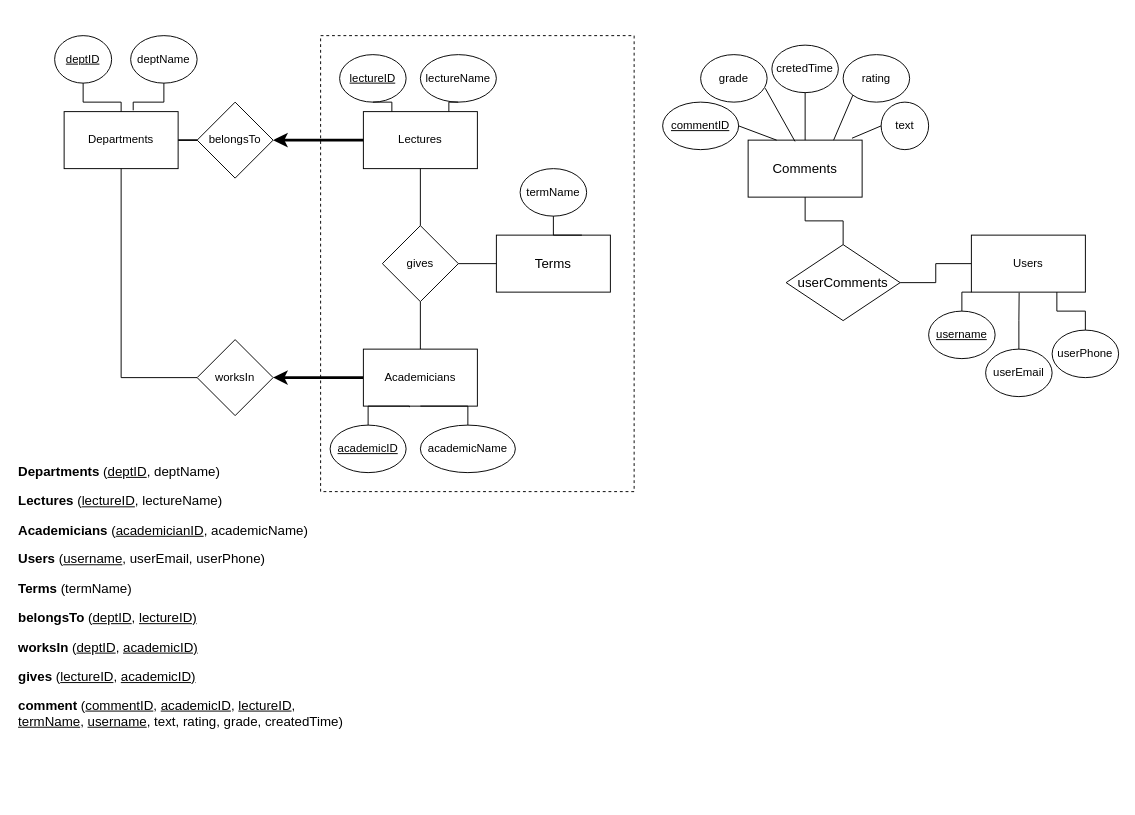
Above: Başlıksız Diyagram.drawio in apoionuz/ceng302 (draw.io), before the change. Source tidied: cells renumbered, new cells numbered last; positions are measured from the earlier drawing's top-left corner, leaving out a move shared by most shapes. Both pictures are drawn from the tidied source at 95%, with x=0, y=0 at pixel (16, 35).
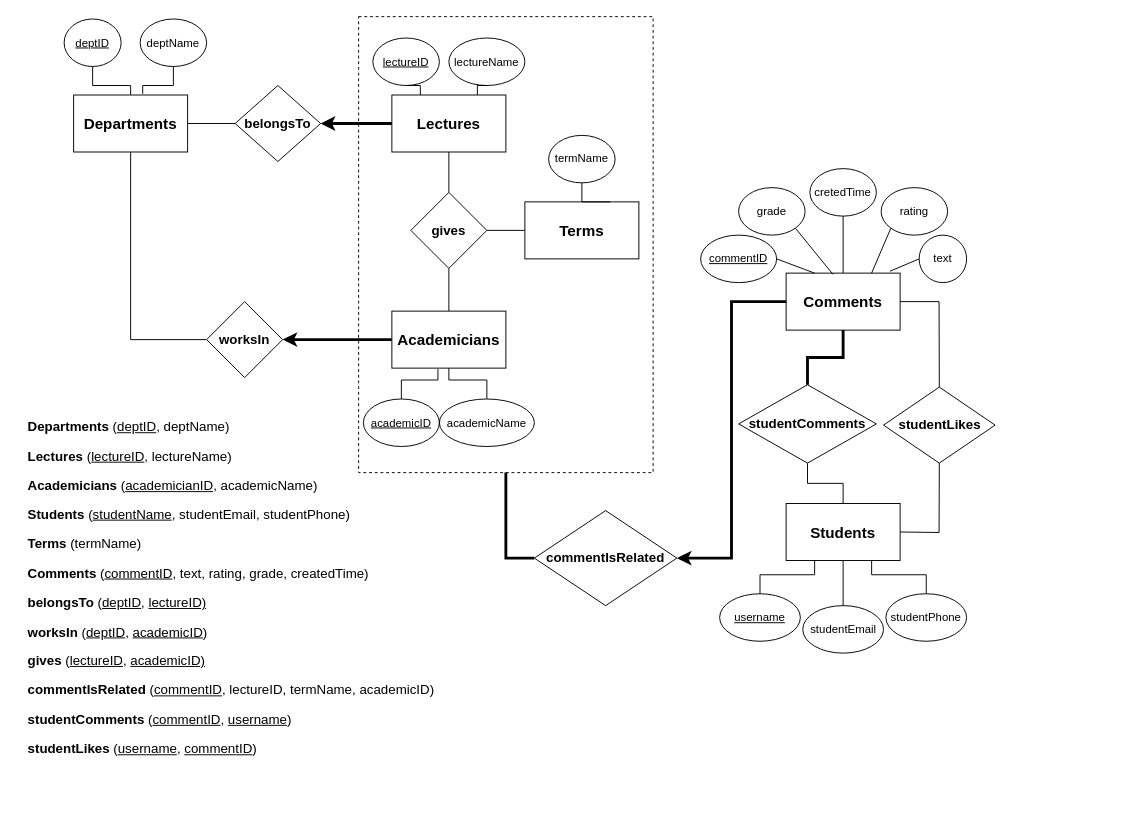
The same diagram, later.

Change to the diagram source:
```diff
@@
-    <mxCell id="4" value="Academicians" style="rounded=0;whiteSpace=wrap;html=1;" parent="1" vertex="1">
-      <mxGeometry x="365" y="330" width="120" height="60" as="geometry" />
+    <mxCell id="4" value="&lt;b&gt;&lt;font style=&quot;font-size: 16px;&quot;&gt;Academicians&lt;/font&gt;&lt;/b&gt;" style="rounded=0;whiteSpace=wrap;html=1;" parent="1" vertex="1">
+      <mxGeometry x="395" y="290" width="120" height="60" as="geometry" />
     </mxCell>
-    <mxCell id="5" value="Lectures" style="rounded=0;whiteSpace=wrap;html=1;" parent="1" vertex="1">
-      <mxGeometry x="365" y="80" width="120" height="60" as="geometry" />
+    <mxCell id="5" value="&lt;b&gt;&lt;font style=&quot;font-size: 16px;&quot;&gt;Lectures&lt;/font&gt;&lt;/b&gt;" style="rounded=0;whiteSpace=wrap;html=1;" parent="1" vertex="1">
+      <mxGeometry x="395" y="62.5" width="120" height="60" as="geometry" />
     </mxCell>
-    <mxCell id="6" style="edgeStyle=orthogonalEdgeStyle;rounded=0;jettySize=auto;html=1;strokeWidth=1;startArrow=none;startFill=0;endArrow=none;endFill=0;entryX=1;entryY=0.5;entryDx=0;entryDy=0;" parent="1" edge="1" source="7" target="52">
+    <mxCell id="6" style="edgeStyle=orthogonalEdgeStyle;rounded=0;jettySize=auto;html=1;entryX=0.5;entryY=1;entryDx=0;entryDy=0;strokeWidth=1;startArrow=none;startFill=0;endArrow=none;endFill=0;" parent="1" edge="1" source="7" target="52">
       <mxGeometry relative="1" as="geometry" />
     </mxCell>
-    <mxCell id="7" value="Users" style="rounded=0;whiteSpace=wrap;html=1;" parent="1" vertex="1">
-      <mxGeometry x="1005" y="210" width="120" height="60" as="geometry" />
+    <mxCell id="7" value="&lt;font style=&quot;font-size: 16px;&quot;&gt;Students&lt;/font&gt;" style="rounded=0;whiteSpace=wrap;html=1;fontStyle=1;" parent="1" vertex="1">
+      <mxGeometry x="810" y="492.5" width="120" height="60" as="geometry" />
     </mxCell>
@@
-    <mxCell id="9" value="Departments" style="rounded=0;whiteSpace=wrap;html=1;" parent="1" vertex="1">
-      <mxGeometry x="50" y="80" width="120" height="60" as="geometry" />
+    <mxCell id="9" value="&lt;b&gt;&lt;font style=&quot;font-size: 16px;&quot;&gt;Departments&lt;/font&gt;&lt;/b&gt;" style="rounded=0;whiteSpace=wrap;html=1;" parent="1" vertex="1">
+      <mxGeometry x="60" y="62.5" width="120" height="60" as="geometry" />
     </mxCell>
@@
-    <mxCell id="11" value="belongsTo" style="rhombus;whiteSpace=wrap;html=1;rounded=0;" parent="1" vertex="1">
-      <mxGeometry x="190" y="70" width="80" height="80" as="geometry" />
+    <mxCell id="11" value="&lt;font style=&quot;font-size: 14px;&quot;&gt;belongsTo&lt;/font&gt;" style="rhombus;whiteSpace=wrap;html=1;rounded=0;fontStyle=1;" parent="1" vertex="1">
+      <mxGeometry x="230" y="52.5" width="90" height="80" as="geometry" />
     </mxCell>
     <mxCell id="12" style="rounded=0;whiteSpace=wrap;html=1;dashed=1;fillColor=none;" parent="1" vertex="1">
-      <mxGeometry x="320" width="330" height="480" as="geometry" />
+      <mxGeometry x="360" y="-20" width="310" height="480" as="geometry" />
     </mxCell>
-    <mxCell id="13" style="edgeStyle=orthogonalEdgeStyle;rounded=0;jettySize=auto;html=1;entryX=0.5;entryY=1;entryDx=0;entryDy=0;endArrow=none;endFill=0;" parent="1" edge="1" source="14" target="9">
+    <mxCell id="13" style="edgeStyle=orthogonalEdgeStyle;rounded=0;jettySize=auto;html=1;entryX=0.5;entryY=1;entryDx=0;entryDy=0;endArrow=none;endFill=0;exitX=0;exitY=0.5;exitDx=0;exitDy=0;" parent="1" edge="1" source="14" target="9">
       <mxGeometry relative="1" as="geometry" />
     </mxCell>
-    <mxCell id="14" value="worksIn" style="rhombus;whiteSpace=wrap;html=1;rounded=0;" parent="1" vertex="1">
-      <mxGeometry x="190" y="320" width="80" height="80" as="geometry" />
+    <mxCell id="14" value="&lt;font style=&quot;font-size: 14px;&quot;&gt;worksIn&lt;/font&gt;" style="rhombus;whiteSpace=wrap;html=1;rounded=0;fontStyle=1;" parent="1" vertex="1">
+      <mxGeometry x="200" y="280" width="80" height="80" as="geometry" />
     </mxCell>
-    <mxCell id="15" style="edgeStyle=orthogonalEdgeStyle;rounded=0;jettySize=auto;html=1;entryX=0.5;entryY=1;entryDx=0;entryDy=0;strokeWidth=1;startArrow=none;startFill=0;endArrow=none;endFill=0;" parent="1" edge="1" source="16" target="5">
+    <mxCell id="15" style="edgeStyle=orthogonalEdgeStyle;rounded=0;jettySize=auto;html=1;strokeWidth=1;startArrow=none;startFill=0;endArrow=none;endFill=0;entryX=0.5;entryY=1;entryDx=0;entryDy=0;" parent="1" edge="1" source="16" target="5">
       <mxGeometry relative="1" as="geometry" />
     </mxCell>
-    <mxCell id="16" value="gives" style="rhombus;whiteSpace=wrap;html=1;rounded=0;" parent="1" vertex="1">
-      <mxGeometry x="385" y="200" width="80" height="80" as="geometry" />
+    <mxCell id="16" value="&lt;font style=&quot;font-size: 14px;&quot;&gt;gives&lt;/font&gt;" style="rhombus;whiteSpace=wrap;html=1;rounded=0;fontStyle=1;" parent="1" vertex="1">
+      <mxGeometry x="415" y="165" width="80" height="80" as="geometry" />
     </mxCell>
-    <mxCell id="17" style="edgeStyle=orthogonalEdgeStyle;rounded=0;jettySize=auto;html=1;entryX=0;entryY=1;entryDx=0;entryDy=0;strokeWidth=1;fontSize=14;startArrow=none;startFill=0;endArrow=none;endFill=0;" parent="1" edge="1" source="18" target="7">
+    <mxCell id="17" style="edgeStyle=orthogonalEdgeStyle;rounded=0;jettySize=auto;html=1;entryX=0.25;entryY=1;entryDx=0;entryDy=0;strokeWidth=1;fontSize=14;startArrow=none;startFill=0;endArrow=none;endFill=0;" parent="1" edge="1" source="18" target="7">
       <mxGeometry relative="1" as="geometry" />
     </mxCell>
     <mxCell id="18" value="&lt;u&gt;username&lt;/u&gt;" style="ellipse;whiteSpace=wrap;html=1;fillColor=none;" parent="1" vertex="1">
-      <mxGeometry x="960" y="290" width="70" height="50" as="geometry" />
+      <mxGeometry x="740" y="587.5" width="85" height="50" as="geometry" />
     </mxCell>
-    <mxCell id="19" style="edgeStyle=orthogonalEdgeStyle;rounded=0;jettySize=auto;html=1;entryX=0.419;entryY=1.011;entryDx=0;entryDy=0;entryPerimeter=0;strokeWidth=1;fontSize=14;startArrow=none;startFill=0;endArrow=none;endFill=0;" parent="1" edge="1" source="20" target="7">
+    <mxCell id="19" style="edgeStyle=orthogonalEdgeStyle;rounded=0;jettySize=auto;html=1;strokeWidth=1;fontSize=14;startArrow=none;startFill=0;endArrow=none;endFill=0;" parent="1" edge="1" source="20" target="7">
       <mxGeometry relative="1" as="geometry" />
     </mxCell>
-    <mxCell id="20" value="userEmail" style="ellipse;whiteSpace=wrap;html=1;fillColor=none;" parent="1" vertex="1">
-      <mxGeometry x="1020" y="330" width="70" height="50" as="geometry" />
+    <mxCell id="20" value="studentEmail" style="ellipse;whiteSpace=wrap;html=1;fillColor=none;" parent="1" vertex="1">
+      <mxGeometry x="827.5" y="600" width="85" height="50" as="geometry" />
     </mxCell>
-    <mxCell id="21" style="edgeStyle=orthogonalEdgeStyle;rounded=0;jettySize=auto;html=1;entryX=0.75;entryY=1;entryDx=0;entryDy=0;strokeWidth=1;fontSize=14;startArrow=none;startFill=0;endArrow=none;endFill=0;" parent="1" edge="1" source="22" target="7">
+    <mxCell id="21" style="edgeStyle=orthogonalEdgeStyle;rounded=0;jettySize=auto;html=1;entryX=0.75;entryY=1;entryDx=0;entryDy=0;strokeWidth=1;startArrow=none;startFill=0;endArrow=none;endFill=0;" parent="1" edge="1" source="22" target="7">
       <mxGeometry relative="1" as="geometry" />
     </mxCell>
-    <mxCell id="22" value="userPhone" style="ellipse;whiteSpace=wrap;html=1;fillColor=none;" parent="1" vertex="1">
-      <mxGeometry x="1090" y="310" width="70" height="50" as="geometry" />
+    <mxCell id="22" value="studentPhone" style="ellipse;whiteSpace=wrap;html=1;fillColor=none;" parent="1" vertex="1">
+      <mxGeometry x="915" y="587.5" width="85" height="50" as="geometry" />
     </mxCell>
@@
     <mxCell id="24" value="&lt;u&gt;deptID&lt;/u&gt;" style="ellipse;whiteSpace=wrap;html=1;fillColor=none;" parent="1" vertex="1">
-      <mxGeometry x="40" width="60" height="50" as="geometry" />
+      <mxGeometry x="50" y="-17.5" width="60" height="50" as="geometry" />
     </mxCell>
@@
     <mxCell id="26" value="deptName" style="ellipse;whiteSpace=wrap;html=1;fillColor=none;" parent="1" vertex="1">
-      <mxGeometry x="120" width="70" height="50" as="geometry" />
+      <mxGeometry x="130" y="-17.5" width="70" height="50" as="geometry" />
     </mxCell>
@@
     <mxCell id="28" value="&lt;u&gt;lectureID&lt;/u&gt;" style="ellipse;whiteSpace=wrap;html=1;fillColor=none;" parent="1" vertex="1">
-      <mxGeometry x="340" y="20" width="70" height="50" as="geometry" />
+      <mxGeometry x="375" y="2.5" width="70" height="50" as="geometry" />
     </mxCell>
@@
     <mxCell id="30" value="lectureName" style="ellipse;whiteSpace=wrap;html=1;fillColor=none;" parent="1" vertex="1">
-      <mxGeometry x="425" y="20" width="80" height="50" as="geometry" />
+      <mxGeometry x="455" y="2.5" width="80" height="50" as="geometry" />
     </mxCell>
@@
     <mxCell id="32" value="&lt;u&gt;academicID&lt;/u&gt;" style="ellipse;whiteSpace=wrap;html=1;fillColor=none;" parent="1" vertex="1">
-      <mxGeometry x="330" y="410" width="80" height="50" as="geometry" />
+      <mxGeometry x="365" y="382.5" width="80" height="50" as="geometry" />
     </mxCell>
@@
     <mxCell id="34" value="academicName" style="ellipse;whiteSpace=wrap;html=1;fillColor=none;" parent="1" vertex="1">
-      <mxGeometry x="425" y="410" width="100" height="50" as="geometry" />
+      <mxGeometry x="445" y="382.5" width="100" height="50" as="geometry" />
     </mxCell>
     <mxCell id="35" value="&lt;u&gt;commentID&lt;/u&gt;" style="ellipse;whiteSpace=wrap;html=1;fillColor=none;" parent="1" vertex="1">
-      <mxGeometry x="680" y="70" width="80" height="50" as="geometry" />
+      <mxGeometry x="720" y="210" width="80" height="50" as="geometry" />
     </mxCell>
     <mxCell id="36" value="text" style="ellipse;whiteSpace=wrap;html=1;fillColor=none;" parent="1" vertex="1">
-      <mxGeometry x="910" y="70" width="50" height="50" as="geometry" />
+      <mxGeometry x="950" y="210" width="50" height="50" as="geometry" />
     </mxCell>
     <mxCell id="37" value="rating" style="ellipse;whiteSpace=wrap;html=1;fillColor=none;" parent="1" vertex="1">
-      <mxGeometry x="870" y="20" width="70" height="50" as="geometry" />
+      <mxGeometry x="910" y="160" width="70" height="50" as="geometry" />
     </mxCell>
     <mxCell id="38" value="grade" style="ellipse;whiteSpace=wrap;html=1;fillColor=none;" parent="1" vertex="1">
-      <mxGeometry x="720" y="20" width="70" height="50" as="geometry" />
+      <mxGeometry x="760" y="160" width="70" height="50" as="geometry" />
     </mxCell>
-    <mxCell id="39" style="endArrow=none;html=1;rounded=0;strokeWidth=1;exitX=0.971;exitY=0.707;exitDx=0;exitDy=0;entryX=0.411;entryY=0.022;entryDx=0;entryDy=0;entryPerimeter=0;exitPerimeter=0;" parent="1" edge="1" source="38" target="50">
+    <mxCell id="39" style="endArrow=none;html=1;rounded=0;strokeWidth=1;exitX=1;exitY=1;exitDx=0;exitDy=0;entryX=0.411;entryY=0.022;entryDx=0;entryDy=0;entryPerimeter=0;" parent="1" edge="1" source="38" target="50">
       <mxGeometry relative="1" as="geometry" />
     </mxCell>
@@
-    <mxCell id="43" value="&lt;p style=&quot;font-size: 14px;&quot;&gt;&lt;font style=&quot;font-size: 14px;&quot;&gt;&lt;strong style=&quot;&quot;&gt;Departments &lt;/strong&gt;(&lt;u style=&quot;&quot;&gt;deptID&lt;/u&gt;, deptName)&lt;/font&gt;&lt;/p&gt;&lt;p style=&quot;font-size: 14px;&quot;&gt;&lt;font style=&quot;font-size: 14px;&quot;&gt;&lt;strong&gt;Lectures&amp;nbsp;&lt;/strong&gt;(&lt;u&gt;lectureID&lt;/u&gt;, lectureName)&lt;/font&gt;&lt;/p&gt;&lt;p style=&quot;font-size: 14px;&quot;&gt;&lt;font style=&quot;font-size: 14px;&quot;&gt;&lt;strong&gt;Academicians&amp;nbsp;&lt;/strong&gt;(&lt;u&gt;academicianID&lt;/u&gt;, academicName)&lt;/font&gt;&lt;/p&gt;&lt;p style=&quot;font-size: 14px;&quot;&gt;&lt;font style=&quot;font-size: 14px;&quot;&gt;&lt;strong&gt;Users&amp;nbsp;&lt;/strong&gt;(&lt;u&gt;username&lt;/u&gt;, userEmail, userPhone)&lt;/font&gt;&lt;/p&gt;&lt;p style=&quot;font-size: 14px;&quot;&gt;&lt;b&gt;Terms &lt;/b&gt;(termName)&lt;/p&gt;&lt;p style=&quot;font-size: 14px;&quot;&gt;&lt;font style=&quot;font-size: 14px;&quot;&gt;&lt;b style=&quot;background-color: initial;&quot;&gt;belongsTo &lt;/b&gt;&lt;span style=&quot;background-color: initial;&quot;&gt;(&lt;/span&gt;&lt;u style=&quot;background-color: initial;&quot;&gt;deptID&lt;/u&gt;&lt;span style=&quot;background-color: initial;&quot;&gt;, &lt;/span&gt;&lt;u style=&quot;background-color: initial;&quot;&gt;lectureID)&lt;/u&gt;&lt;br&gt;&lt;/font&gt;&lt;/p&gt;&lt;p style=&quot;font-size: 14px;&quot;&gt;&lt;span style=&quot;background-color: initial;&quot;&gt;&lt;font style=&quot;font-size: 14px;&quot;&gt;&lt;b style=&quot;&quot;&gt;worksIn&lt;/b&gt;&amp;nbsp;(&lt;u&gt;deptID&lt;/u&gt;, &lt;u&gt;academicID)&lt;/u&gt;&lt;/font&gt;&lt;/span&gt;&lt;/p&gt;&lt;p style=&quot;font-size: 14px;&quot;&gt;&lt;font style=&quot;font-size: 14px;&quot;&gt;&lt;b&gt;gives&lt;/b&gt;&amp;nbsp;(&lt;u&gt;lectureID&lt;/u&gt;, &lt;u&gt;academicID)&lt;/u&gt;&lt;/font&gt;&lt;/p&gt;&lt;p style=&quot;font-size: 14px;&quot;&gt;&lt;font style=&quot;font-size: 14px;&quot;&gt;&lt;b style=&quot;&quot;&gt;comment&amp;nbsp;&lt;/b&gt;(&lt;u style=&quot;&quot;&gt;commentID&lt;/u&gt;, &lt;u style=&quot;&quot;&gt;academicID&lt;/u&gt;, &lt;u style=&quot;&quot;&gt;lectureID&lt;/u&gt;, &lt;u&gt;termName&lt;/u&gt;,&amp;nbsp;&lt;u style=&quot;&quot;&gt;username&lt;/u&gt;, text, rating, grade, createdTime)&lt;/font&gt;&lt;/p&gt;" style="text;whiteSpace=wrap;html=1;strokeWidth=1;" parent="1" vertex="1">
-      <mxGeometry y="430" width="360" height="330" as="geometry" />
-    </mxCell>
@@
     <mxCell id="45" value="cretedTime" style="ellipse;whiteSpace=wrap;html=1;fillColor=none;" parent="1" vertex="1">
-      <mxGeometry x="795" y="10" width="70" height="50" as="geometry" />
+      <mxGeometry x="835" y="140" width="70" height="50" as="geometry" />
     </mxCell>
@@
-    <mxCell id="47" value="Terms" style="rounded=0;whiteSpace=wrap;html=1;strokeWidth=1;fontSize=14;fillColor=none;" parent="1" vertex="1">
-      <mxGeometry x="505" y="210" width="120" height="60" as="geometry" />
+    <mxCell id="47" value="&lt;b&gt;&lt;font style=&quot;font-size: 16px;&quot;&gt;Terms&lt;/font&gt;&lt;/b&gt;" style="rounded=0;whiteSpace=wrap;html=1;strokeWidth=1;fontSize=14;fillColor=none;" parent="1" vertex="1">
+      <mxGeometry x="535" y="175" width="120" height="60" as="geometry" />
     </mxCell>
@@
     <mxCell id="49" value="termName" style="ellipse;whiteSpace=wrap;html=1;fillColor=none;" parent="1" vertex="1">
-      <mxGeometry x="530" y="140" width="70" height="50" as="geometry" />
+      <mxGeometry x="560" y="105" width="70" height="50" as="geometry" />
     </mxCell>
+    <mxCell id="53" style="edgeStyle=orthogonalEdgeStyle;rounded=0;jettySize=auto;html=1;entryX=1;entryY=0.5;entryDx=0;entryDy=0;strokeWidth=3;fontSize=14;startArrow=none;startFill=0;endArrow=classic;endFill=1;" parent="1" edge="1" source="50" target="55">
+      <mxGeometry relative="1" as="geometry" />
+    </mxCell>
-    <mxCell id="50" value="Comments" style="rounded=0;whiteSpace=wrap;html=1;strokeWidth=1;fontSize=14;fillColor=none;" parent="1" vertex="1">
-      <mxGeometry x="770" y="110" width="120" height="60" as="geometry" />
+    <mxCell id="50" value="&lt;font style=&quot;font-size: 16px;&quot;&gt;Comments&lt;/font&gt;" style="rounded=0;whiteSpace=wrap;html=1;strokeWidth=1;fontSize=14;fillColor=none;fontStyle=1;" parent="1" vertex="1">
+      <mxGeometry x="810" y="250" width="120" height="60" as="geometry" />
     </mxCell>
-    <mxCell id="51" style="edgeStyle=orthogonalEdgeStyle;rounded=0;jettySize=auto;html=1;exitX=0.5;exitY=0;exitDx=0;exitDy=0;entryX=0.5;entryY=1;entryDx=0;entryDy=0;strokeWidth=1;fontSize=14;startArrow=none;startFill=0;endArrow=none;endFill=0;" parent="1" edge="1" source="52" target="50">
+    <mxCell id="51" style="edgeStyle=orthogonalEdgeStyle;rounded=0;jettySize=auto;html=1;exitX=0.5;exitY=0;exitDx=0;exitDy=0;entryX=0.5;entryY=1;entryDx=0;entryDy=0;strokeWidth=3;fontSize=14;startArrow=none;startFill=0;endArrow=none;endFill=0;" parent="1" edge="1" source="52" target="50">
       <mxGeometry relative="1" as="geometry" />
     </mxCell>
-    <mxCell id="52" value="userComments" style="rhombus;whiteSpace=wrap;html=1;strokeWidth=1;fontSize=14;fillColor=none;" parent="1" vertex="1">
-      <mxGeometry x="810" y="220" width="120" height="80" as="geometry" />
+    <mxCell id="52" value="studentComments" style="rhombus;whiteSpace=wrap;html=1;strokeWidth=1;fontSize=14;fillColor=none;fontStyle=1;" parent="1" vertex="1">
+      <mxGeometry x="760" y="367.5" width="145" height="82.5" as="geometry" />
     </mxCell>
+    <mxCell id="54" style="edgeStyle=orthogonalEdgeStyle;rounded=0;jettySize=auto;html=1;strokeWidth=3;fontSize=14;startArrow=none;startFill=0;endArrow=none;endFill=0;entryX=0.5;entryY=1;entryDx=0;entryDy=0;exitX=0;exitY=0.5;exitDx=0;exitDy=0;" parent="1" edge="1" source="55" target="12">
+      <mxGeometry relative="1" as="geometry" />
+    </mxCell>
+    <mxCell id="55" value="&lt;font style=&quot;font-size: 14px;&quot;&gt;commentIsRelated&lt;/font&gt;" style="rhombus;whiteSpace=wrap;html=1;fontStyle=1;" parent="1" vertex="1">
+      <mxGeometry x="545" y="500" width="150" height="100" as="geometry" />
+    </mxCell>
+    <mxCell id="56" value="&lt;font style=&quot;font-size: 14px;&quot;&gt;studentLikes&lt;/font&gt;" style="rhombus;whiteSpace=wrap;html=1;fontStyle=1;" parent="1" vertex="1">
+      <mxGeometry x="912.5" y="370" width="117.5" height="80" as="geometry" />
+    </mxCell>
+    <mxCell id="57" style="endArrow=none;html=1;rounded=0;strokeWidth=1;entryX=0.5;entryY=0;entryDx=0;entryDy=0;exitX=1;exitY=0.5;exitDx=0;exitDy=0;" parent="1" edge="1" source="50" target="56">
+      <mxGeometry relative="1" as="geometry">
+        <Array as="points">
+          <mxPoint x="971" y="280" />
+        </Array>
+      </mxGeometry>
+    </mxCell>
+    <mxCell id="58" style="endArrow=none;html=1;rounded=0;strokeWidth=1;entryX=0.5;entryY=1;entryDx=0;entryDy=0;exitX=1;exitY=0.5;exitDx=0;exitDy=0;" parent="1" edge="1" source="7" target="56">
+      <mxGeometry relative="1" as="geometry">
+        <Array as="points">
+          <mxPoint x="971" y="523" />
+        </Array>
+      </mxGeometry>
+    </mxCell>
+    <mxCell id="59" value="&lt;p style=&quot;font-size: 14px;&quot;&gt;&lt;font style=&quot;font-size: 14px;&quot;&gt;&lt;strong style=&quot;&quot;&gt;Departments &lt;/strong&gt;(&lt;u style=&quot;&quot;&gt;deptID&lt;/u&gt;, deptName)&lt;/font&gt;&lt;/p&gt;&lt;p style=&quot;font-size: 14px;&quot;&gt;&lt;font style=&quot;font-size: 14px;&quot;&gt;&lt;strong&gt;Lectures&amp;nbsp;&lt;/strong&gt;(&lt;u&gt;lectureID&lt;/u&gt;, lectureName)&lt;/font&gt;&lt;/p&gt;&lt;p style=&quot;font-size: 14px;&quot;&gt;&lt;font style=&quot;font-size: 14px;&quot;&gt;&lt;strong&gt;Academicians&amp;nbsp;&lt;/strong&gt;(&lt;u&gt;academicianID&lt;/u&gt;, academicName)&lt;/font&gt;&lt;/p&gt;&lt;p style=&quot;font-size: 14px;&quot;&gt;&lt;font style=&quot;font-size: 14px;&quot;&gt;&lt;strong&gt;Students&amp;nbsp;&lt;/strong&gt;(&lt;u&gt;studentName&lt;/u&gt;, studentEmail, studentPhone)&lt;/font&gt;&lt;/p&gt;&lt;p style=&quot;font-size: 14px;&quot;&gt;&lt;b&gt;Terms &lt;/b&gt;(termName)&lt;/p&gt;&lt;p style=&quot;font-size: 14px;&quot;&gt;&lt;b style=&quot;border-color: var(--border-color);&quot;&gt;Comments&amp;nbsp;&lt;/b&gt;(&lt;u style=&quot;border-color: var(--border-color);&quot;&gt;commentID&lt;/u&gt;,&amp;nbsp;text, rating, grade, createdTime)&lt;br&gt;&lt;/p&gt;&lt;p style=&quot;font-size: 14px;&quot;&gt;&lt;font style=&quot;font-size: 14px;&quot;&gt;&lt;b style=&quot;background-color: initial;&quot;&gt;belongsTo &lt;/b&gt;&lt;span style=&quot;background-color: initial;&quot;&gt;(&lt;/span&gt;&lt;u style=&quot;background-color: initial;&quot;&gt;deptID&lt;/u&gt;&lt;span style=&quot;background-color: initial;&quot;&gt;, &lt;/span&gt;&lt;u style=&quot;background-color: initial;&quot;&gt;lectureID)&lt;/u&gt;&lt;br&gt;&lt;/font&gt;&lt;/p&gt;&lt;p style=&quot;font-size: 14px;&quot;&gt;&lt;span style=&quot;background-color: initial;&quot;&gt;&lt;font style=&quot;font-size: 14px;&quot;&gt;&lt;b style=&quot;&quot;&gt;worksIn&lt;/b&gt;&amp;nbsp;(&lt;u&gt;deptID&lt;/u&gt;, &lt;u&gt;academicID)&lt;/u&gt;&lt;/font&gt;&lt;/span&gt;&lt;/p&gt;&lt;p style=&quot;font-size: 14px;&quot;&gt;&lt;font style=&quot;font-size: 14px;&quot;&gt;&lt;b&gt;gives&lt;/b&gt;&amp;nbsp;(&lt;u&gt;lectureID&lt;/u&gt;, &lt;u&gt;academicID)&lt;/u&gt;&lt;/font&gt;&lt;/p&gt;&lt;p style=&quot;font-size: 14px;&quot;&gt;&lt;font style=&quot;font-size: 14px;&quot;&gt;&lt;b style=&quot;&quot;&gt;commentIsRelated&lt;/b&gt;&amp;nbsp;(&lt;u&gt;commentID&lt;/u&gt;, lectureID, termName, academicID)&lt;/font&gt;&lt;/p&gt;&lt;p style=&quot;font-size: 14px;&quot;&gt;&lt;font style=&quot;font-size: 14px;&quot;&gt;&lt;b style=&quot;&quot;&gt;studentComments&lt;/b&gt;&amp;nbsp;(&lt;u&gt;commentID&lt;/u&gt;, &lt;u&gt;username&lt;/u&gt;)&lt;/font&gt;&lt;/p&gt;&lt;p style=&quot;font-size: 14px;&quot;&gt;&lt;font style=&quot;font-size: 14px;&quot;&gt;&lt;span style=&quot;font-weight: bold;&quot;&gt;studentLikes&lt;/span&gt;&amp;nbsp;(&lt;u&gt;username&lt;/u&gt;, &lt;u&gt;commentID&lt;/u&gt;)&lt;/font&gt;&lt;/p&gt;&lt;p style=&quot;font-size: 14px;&quot;&gt;&lt;br&gt;&lt;/p&gt;" style="text;whiteSpace=wrap;html=1;strokeWidth=1;" parent="1" vertex="1">
+      <mxGeometry x="10" y="382.5" width="430" height="387.5" as="geometry" />
+    </mxCell>
```
